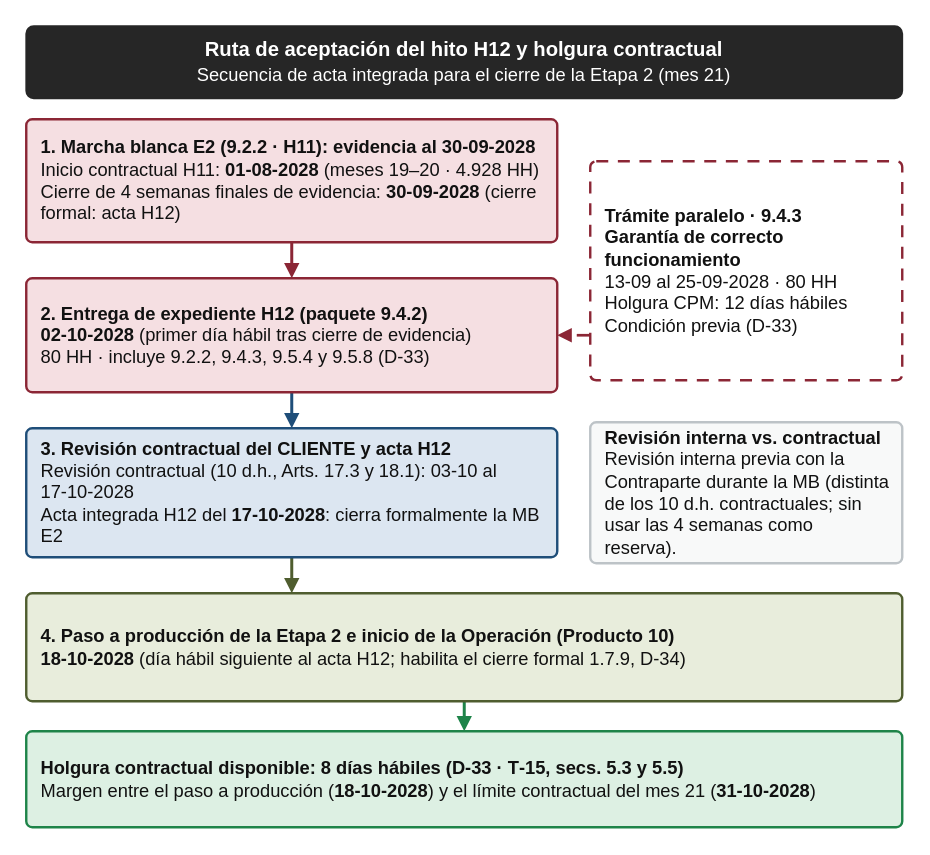
Above: imagenes/Diagramas que faltaban/productos/Fig_Ruta_H12.drawio in PatricioH315/LafroX (draw.io), before the change. Source tidied: cells renumbered, new cells numbered last; positions are measured from the earlier drawing's top-left corner, leaving out a move shared by most shapes. Both pictures are drawn from the tidied source at 150%, with x=0, y=0 at pixel (26, 26).
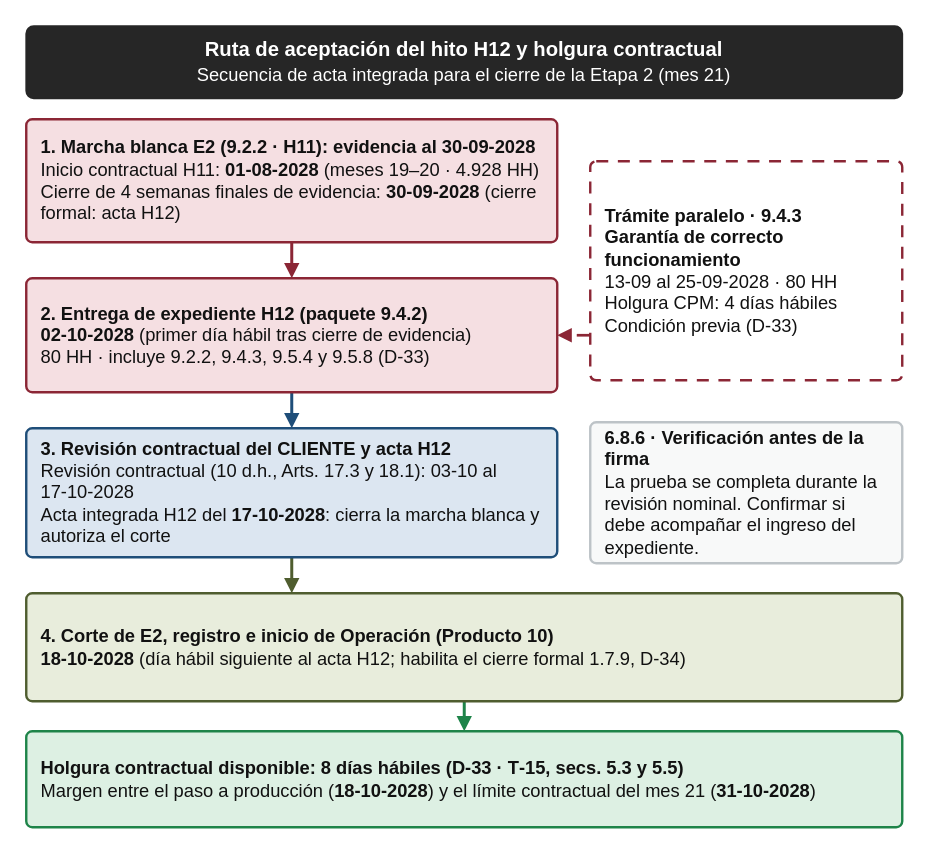
Above is the later version.

The edit, as a diff of the source:
```diff
@@
 <mxGraphModel>
   <root>
     <mxCell id="0" />
     <mxCell id="1" parent="0" />
     <mxCell id="2" style="html=1;rounded=0;endArrow=block;endFill=1;endSize=5;strokeColor=#8B2635;strokeWidth=2.00;" parent="1" edge="1">
       <mxGeometry relative="1" as="geometry">
         <mxPoint x="177" y="144" as="sourcePoint" />
         <mxPoint x="177" y="168" as="targetPoint" />
       </mxGeometry>
     </mxCell>
     <mxCell id="3" style="html=1;rounded=0;endArrow=block;endFill=1;endSize=5;strokeColor=#1F4E79;strokeWidth=2.00;" parent="1" edge="1">
       <mxGeometry relative="1" as="geometry">
         <mxPoint x="177" y="244" as="sourcePoint" />
         <mxPoint x="177" y="268" as="targetPoint" />
       </mxGeometry>
     </mxCell>
     <mxCell id="4" style="html=1;rounded=0;endArrow=block;endFill=1;endSize=5;strokeColor=#4F5D2F;strokeWidth=2.00;" parent="1" edge="1">
       <mxGeometry relative="1" as="geometry">
         <mxPoint x="177" y="354" as="sourcePoint" />
         <mxPoint x="177" y="378" as="targetPoint" />
       </mxGeometry>
     </mxCell>
     <mxCell id="5" style="html=1;rounded=0;endArrow=block;endFill=1;endSize=5;strokeColor=#8B2635;strokeWidth=1.80;dashed=1;dashPattern=5 4;" parent="1" edge="1">
       <mxGeometry relative="1" as="geometry">
         <mxPoint x="376" y="206" as="sourcePoint" />
         <mxPoint x="354" y="206" as="targetPoint" />
       </mxGeometry>
     </mxCell>
     <mxCell id="6" style="html=1;rounded=0;endArrow=block;endFill=1;endSize=5;strokeColor=#1E8449;strokeWidth=2.00;" parent="1" edge="1">
       <mxGeometry relative="1" as="geometry">
         <mxPoint x="292" y="450" as="sourcePoint" />
         <mxPoint x="292" y="470" as="targetPoint" />
       </mxGeometry>
     </mxCell>
     <mxCell id="7" value="&lt;b&gt;Ruta de aceptación del hito H12 y holgura contractual&lt;/b&gt;&lt;br&gt;&lt;span style=&quot;font-size:12.2px;&quot;&gt;Secuencia de acta integrada para el cierre de la Etapa 2 (mes 21)&lt;/span&gt;" style="rounded=1;whiteSpace=wrap;html=1;fillColor=#262626;strokeColor=#262626;strokeWidth=1.2;spacing=0;fontFamily=Arial;absoluteArcSize=1;arcSize=10;fontSize=13.5;fontColor=#FFFFFF;align=center;verticalAlign=middle;spacingLeft=10;spacingRight=10;spacingTop=4;spacingBottom=4;" parent="1" vertex="1">
       <mxGeometry width="584" height="48" as="geometry" />
     </mxCell>
     <mxCell id="8" value="&lt;b&gt;1. Marcha blanca E2 (9.2.2 · H11): evidencia al 30‑09‑2028&lt;/b&gt;&lt;br&gt;Inicio contractual H11: &lt;b&gt;01‑08‑2028&lt;/b&gt; (meses 19–20 · 4.928 HH)&lt;br&gt;Cierre de 4 semanas finales de evidencia: &lt;b&gt;30‑09‑2028&lt;/b&gt; (cierre formal: acta H12)" style="rounded=1;whiteSpace=wrap;html=1;fillColor=#F5DFE2;strokeColor=#8B2635;strokeWidth=1.6;spacing=0;fontFamily=Arial;absoluteArcSize=1;arcSize=8;fontSize=12.2;fontColor=#111111;align=left;verticalAlign=middle;spacingLeft=10;spacingRight=10;spacingTop=4;spacingBottom=4;" parent="1" vertex="1">
       <mxGeometry y="62" width="354" height="82" as="geometry" />
     </mxCell>
-    <mxCell id="9" value="&lt;b&gt;Trámite paralelo · 9.4.3&lt;/b&gt;&lt;br&gt;&lt;b&gt;Garantía de correcto funcionamiento&lt;/b&gt;&lt;br&gt;13‑09 al 25‑09‑2028 · 80 HH&lt;br&gt;Holgura CPM: 12 días hábiles&lt;br&gt;Condición previa (D‑33)" style="rounded=1;whiteSpace=wrap;html=1;fillColor=#FFFFFF;strokeColor=#8B2635;strokeWidth=1.6;dashed=1;dashPattern=5 4;spacing=0;fontFamily=Arial;absoluteArcSize=1;arcSize=8;fontSize=12.2;fontColor=#111111;align=left;verticalAlign=middle;spacingLeft=10;spacingRight=10;spacingTop=4;spacingBottom=4;" parent="1" vertex="1">
+    <mxCell id="9" value="&lt;b&gt;Trámite paralelo · 9.4.3&lt;/b&gt;&lt;br&gt;&lt;b&gt;Garantía de correcto funcionamiento&lt;/b&gt;&lt;br&gt;13‑09 al 25‑09‑2028 · 80 HH&lt;br&gt;Holgura CPM: 4 días hábiles&lt;br&gt;Condición previa (D‑33)" style="rounded=1;whiteSpace=wrap;html=1;fillColor=#FFFFFF;strokeColor=#8B2635;strokeWidth=1.6;dashed=1;dashPattern=5 4;spacing=0;fontFamily=Arial;absoluteArcSize=1;arcSize=8;fontSize=12.2;fontColor=#111111;align=left;verticalAlign=middle;spacingLeft=10;spacingRight=10;spacingTop=4;spacingBottom=4;" parent="1" vertex="1">
       <mxGeometry x="376" y="90" width="208" height="146" as="geometry" />
     </mxCell>
     <mxCell id="10" value="&lt;b&gt;2. Entrega de expediente H12 (paquete 9.4.2)&lt;/b&gt;&lt;br&gt;&lt;b&gt;02‑10‑2028&lt;/b&gt; (primer día hábil tras cierre de evidencia)&lt;br&gt;80 HH · incluye 9.2.2, 9.4.3, 9.5.4 y 9.5.8 (D‑33)" style="rounded=1;whiteSpace=wrap;html=1;fillColor=#F5DFE2;strokeColor=#8B2635;strokeWidth=1.6;spacing=0;fontFamily=Arial;absoluteArcSize=1;arcSize=8;fontSize=12.2;fontColor=#111111;align=left;verticalAlign=middle;spacingLeft=10;spacingRight=10;spacingTop=4;spacingBottom=4;" parent="1" vertex="1">
       <mxGeometry y="168" width="354" height="76" as="geometry" />
     </mxCell>
-    <mxCell id="11" value="&lt;b&gt;3. Revisión contractual del CLIENTE y acta H12&lt;/b&gt;&lt;br&gt;Revisión contractual (10 d.h., Arts. 17.3 y 18.1): 03‑10 al 17‑10‑2028&lt;br&gt;Acta integrada H12 del &lt;b&gt;17‑10‑2028&lt;/b&gt;: cierra formalmente la MB E2" style="rounded=1;whiteSpace=wrap;html=1;fillColor=#DCE6F1;strokeColor=#1F4E79;strokeWidth=1.6;spacing=0;fontFamily=Arial;absoluteArcSize=1;arcSize=8;fontSize=12.2;fontColor=#111111;align=left;verticalAlign=middle;spacingLeft=10;spacingRight=10;spacingTop=4;spacingBottom=4;" parent="1" vertex="1">
+    <mxCell id="11" value="&lt;b&gt;3. Revisión contractual del CLIENTE y acta H12&lt;/b&gt;&lt;br&gt;Revisión contractual (10 d.h., Arts. 17.3 y 18.1): 03‑10 al 17‑10‑2028&lt;br&gt;Acta integrada H12 del &lt;b&gt;17‑10‑2028&lt;/b&gt;: cierra la marcha blanca y autoriza el corte" style="rounded=1;whiteSpace=wrap;html=1;fillColor=#DCE6F1;strokeColor=#1F4E79;strokeWidth=1.6;spacing=0;fontFamily=Arial;absoluteArcSize=1;arcSize=8;fontSize=12.2;fontColor=#111111;align=left;verticalAlign=middle;spacingLeft=10;spacingRight=10;spacingTop=4;spacingBottom=4;" parent="1" vertex="1">
       <mxGeometry y="268" width="354" height="86" as="geometry" />
     </mxCell>
-    <mxCell id="12" value="&lt;b&gt;Revisión interna vs. contractual&lt;/b&gt;&lt;br&gt;Revisión interna previa con la Contraparte durante la MB (distinta de los 10 d.h. contractuales; sin usar las 4 semanas como reserva)." style="rounded=1;whiteSpace=wrap;html=1;fillColor=#F8F9F9;strokeColor=#BDC3C7;strokeWidth=1.6;spacing=0;fontFamily=Arial;absoluteArcSize=1;arcSize=8;fontSize=12.2;fontColor=#111111;align=left;verticalAlign=middle;spacingLeft=10;spacingRight=10;spacingTop=4;spacingBottom=4;" parent="1" vertex="1">
+    <mxCell id="12" value="&lt;b&gt;6.8.6 · Verificación antes de la firma&lt;/b&gt;&lt;br&gt;La prueba se completa durante la revisión nominal. Confirmar si debe acompañar el ingreso del expediente." style="rounded=1;whiteSpace=wrap;html=1;fillColor=#F8F9F9;strokeColor=#BDC3C7;strokeWidth=1.6;spacing=0;fontFamily=Arial;absoluteArcSize=1;arcSize=8;fontSize=12.2;fontColor=#111111;align=left;verticalAlign=middle;spacingLeft=10;spacingRight=10;spacingTop=4;spacingBottom=4;" parent="1" vertex="1">
       <mxGeometry x="376" y="264" width="208" height="94" as="geometry" />
     </mxCell>
-    <mxCell id="13" value="&lt;b&gt;4. Paso a producción de la Etapa 2 e inicio de la Operación (Producto 10)&lt;/b&gt;&lt;br&gt;&lt;b&gt;18‑10‑2028&lt;/b&gt; (día hábil siguiente al acta H12; habilita el cierre formal 1.7.9, D‑34)" style="rounded=1;whiteSpace=wrap;html=1;fillColor=#E8EDDC;strokeColor=#4F5D2F;strokeWidth=1.6;spacing=0;fontFamily=Arial;absoluteArcSize=1;arcSize=8;fontSize=12.2;fontColor=#111111;align=left;verticalAlign=middle;spacingLeft=10;spacingRight=10;spacingTop=4;spacingBottom=4;" parent="1" vertex="1">
+    <mxCell id="13" value="&lt;b&gt;4. Corte de E2, registro e inicio de Operación (Producto 10)&lt;/b&gt;&lt;br&gt;&lt;b&gt;18‑10‑2028&lt;/b&gt; (día hábil siguiente al acta H12; habilita el cierre formal 1.7.9, D‑34)" style="rounded=1;whiteSpace=wrap;html=1;fillColor=#E8EDDC;strokeColor=#4F5D2F;strokeWidth=1.6;spacing=0;fontFamily=Arial;absoluteArcSize=1;arcSize=8;fontSize=12.2;fontColor=#111111;align=left;verticalAlign=middle;spacingLeft=10;spacingRight=10;spacingTop=4;spacingBottom=4;" parent="1" vertex="1">
       <mxGeometry y="378" width="584" height="72" as="geometry" />
     </mxCell>
     <mxCell id="14" value="&lt;b&gt;Holgura contractual disponible: 8 días hábiles (D‑33 · T‑15, secs. 5.3 y 5.5)&lt;/b&gt;&lt;br&gt;Margen entre el paso a producción (&lt;b&gt;18‑10‑2028&lt;/b&gt;) y el límite contractual del mes 21 (&lt;b&gt;31‑10‑2028&lt;/b&gt;)" style="rounded=1;whiteSpace=wrap;html=1;fillColor=#DDF0E3;strokeColor=#1E8449;strokeWidth=1.6;spacing=0;fontFamily=Arial;absoluteArcSize=1;arcSize=8;fontSize=12.2;fontColor=#111111;align=left;verticalAlign=middle;spacingLeft=10;spacingRight=10;spacingTop=4;spacingBottom=4;" parent="1" vertex="1">
       <mxGeometry y="470" width="584" height="64" as="geometry" />
     </mxCell>
   </root>
 </mxGraphModel>
```
